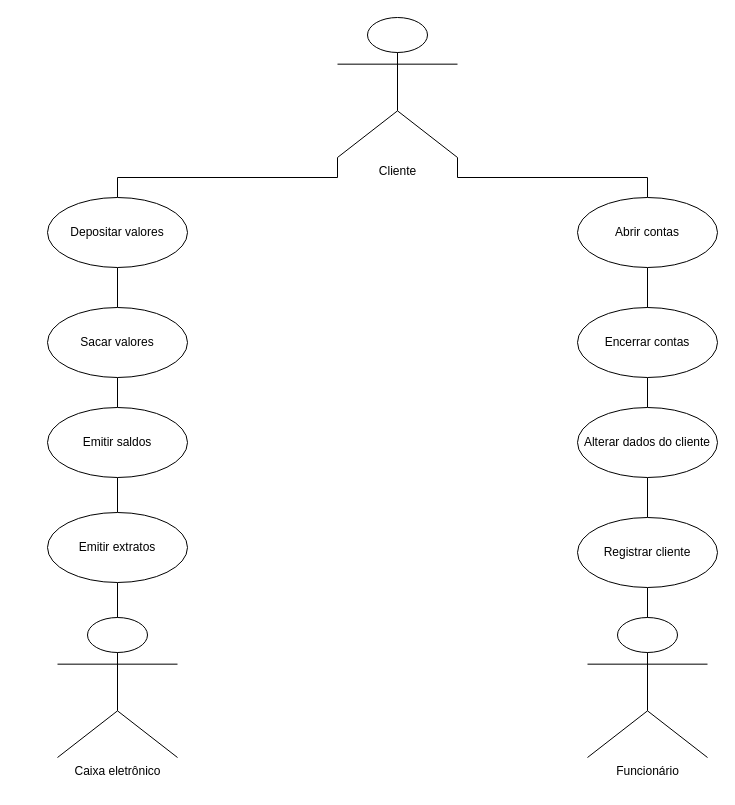
This is exercicio1.drawio from LordKastorino/exerciciosCasoDeUso, a draw.io file, before an edit. Source tidied: cells renumbered, new cells numbered last; positions are measured from the earlier drawing's top-left corner, leaving out a move shared by most shapes. Both pictures are drawn from the tidied source at 100%, with x=0, y=0 at pixel (47, 17).
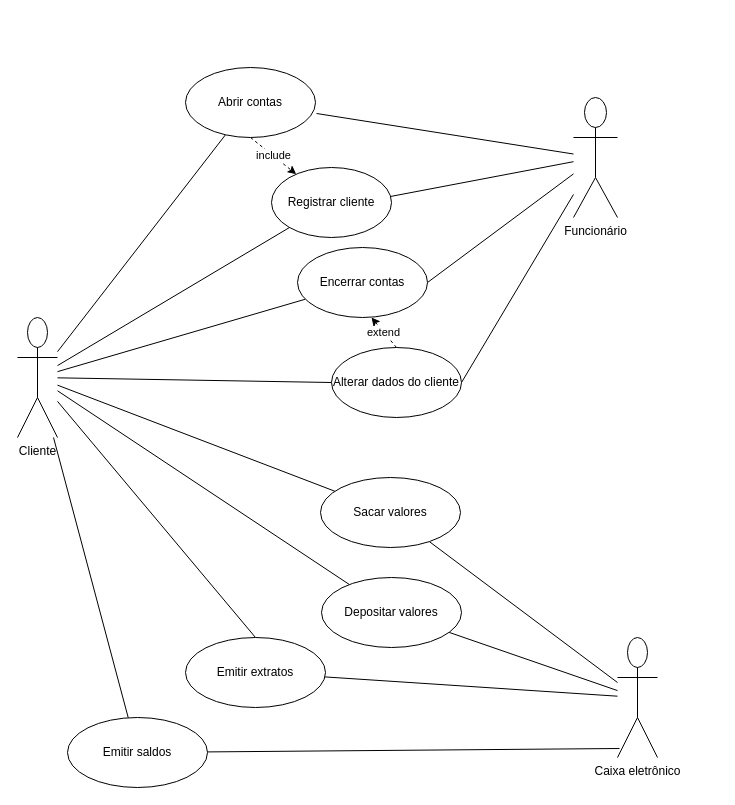
The same page after the edit.

Change to the diagram source:
```diff
@@
-    <mxCell id="2" style="edgeStyle=orthogonalEdgeStyle;rounded=0;jettySize=auto;html=1;exitX=1;exitY=1;exitDx=0;exitDy=0;exitPerimeter=0;entryX=0.5;entryY=0;entryDx=0;entryDy=0;endArrow=none;endFill=0;" parent="1" edge="1" source="4" target="8">
+    <mxCell id="2" style="rounded=0;jettySize=auto;html=1;endArrow=none;endFill=0;" parent="1" edge="1" source="4" target="8">
       <mxGeometry relative="1" as="geometry" />
     </mxCell>
+    <mxCell id="23" style="rounded=0;jettySize=auto;html=1;endArrow=none;endFill=0;" parent="1" edge="1" source="4" target="10">
+      <mxGeometry relative="1" as="geometry" />
+    </mxCell>
+    <mxCell id="24" style="rounded=0;jettySize=auto;html=1;endArrow=none;endFill=0;" parent="1" edge="1" source="4" target="22">
+      <mxGeometry relative="1" as="geometry" />
+    </mxCell>
+    <mxCell id="25" style="rounded=0;jettySize=auto;html=1;entryX=0;entryY=0.5;entryDx=0;entryDy=0;endArrow=none;endFill=0;" parent="1" edge="1" source="4" target="20">
+      <mxGeometry relative="1" as="geometry" />
+    </mxCell>
+    <mxCell id="26" style="rounded=0;jettySize=auto;html=1;endArrow=none;endFill=0;" parent="1" edge="1" source="4" target="14">
+      <mxGeometry relative="1" as="geometry" />
+    </mxCell>
+    <mxCell id="27" style="rounded=0;jettySize=auto;html=1;entryX=0.5;entryY=0;entryDx=0;entryDy=0;endArrow=none;endFill=0;" parent="1" edge="1" source="4" target="18">
+      <mxGeometry relative="1" as="geometry" />
+    </mxCell>
+    <mxCell id="28" style="rounded=0;jettySize=auto;html=1;endArrow=none;endFill=0;" parent="1" edge="1" source="4" target="16">
+      <mxGeometry relative="1" as="geometry" />
+    </mxCell>
-    <mxCell id="3" style="edgeStyle=orthogonalEdgeStyle;rounded=0;jettySize=auto;html=1;exitX=0;exitY=1;exitDx=0;exitDy=0;exitPerimeter=0;entryX=0.5;entryY=0;entryDx=0;entryDy=0;endArrow=none;endFill=0;" parent="1" edge="1" source="4" target="12">
+    <mxCell id="3" style="rounded=0;jettySize=auto;html=1;endArrow=none;endFill=0;" parent="1" edge="1" source="4" target="12">
       <mxGeometry relative="1" as="geometry" />
     </mxCell>
     <mxCell id="4" value="Cliente" style="shape=umlActor;html=1;verticalLabelPosition=bottom;verticalAlign=top;align=center;" parent="1" vertex="1">
-      <mxGeometry x="290" width="120" height="140" as="geometry" />
+      <mxGeometry x="-30" y="300" width="40" height="120" as="geometry" />
     </mxCell>
+    <mxCell id="29" style="rounded=0;jettySize=auto;html=1;entryX=1.008;entryY=0.657;entryDx=0;entryDy=0;entryPerimeter=0;endArrow=none;endFill=0;" parent="1" edge="1" source="5" target="8">
+      <mxGeometry relative="1" as="geometry" />
+    </mxCell>
+    <mxCell id="30" style="rounded=0;jettySize=auto;html=1;entryX=1;entryY=0.5;entryDx=0;entryDy=0;endArrow=none;endFill=0;" parent="1" edge="1" source="5" target="10">
+      <mxGeometry relative="1" as="geometry" />
+    </mxCell>
+    <mxCell id="31" style="rounded=0;jettySize=auto;html=1;entryX=0.992;entryY=0.414;entryDx=0;entryDy=0;entryPerimeter=0;endArrow=none;endFill=0;" parent="1" edge="1" source="5" target="22">
+      <mxGeometry relative="1" as="geometry" />
+    </mxCell>
+    <mxCell id="32" style="rounded=0;jettySize=auto;html=1;entryX=1;entryY=0.5;entryDx=0;entryDy=0;endArrow=none;endFill=0;" parent="1" edge="1" source="5" target="20">
+      <mxGeometry relative="1" as="geometry" />
+    </mxCell>
     <mxCell id="5" value="Funcionário" style="shape=umlActor;html=1;verticalLabelPosition=bottom;verticalAlign=top;align=center;" parent="1" vertex="1">
-      <mxGeometry x="540" y="600" width="120" height="140" as="geometry" />
+      <mxGeometry x="526" y="80" width="44" height="120" as="geometry" />
     </mxCell>
     <mxCell id="6" value="Caixa eletrônico" style="shape=umlActor;html=1;verticalLabelPosition=bottom;verticalAlign=top;align=center;" parent="1" vertex="1">
-      <mxGeometry x="10" y="600" width="120" height="140" as="geometry" />
+      <mxGeometry x="570" y="620" width="40" height="120" as="geometry" />
     </mxCell>
-    <mxCell id="7" style="edgeStyle=orthogonalEdgeStyle;rounded=0;jettySize=auto;html=1;exitX=0.5;exitY=1;exitDx=0;exitDy=0;entryX=0.5;entryY=0;entryDx=0;entryDy=0;" parent="1" edge="1" source="8" target="10">
-      <mxGeometry relative="1" as="geometry">
-        <Array as="points">
-          <mxPoint x="600" y="310" />
-          <mxPoint x="600" y="310" />
-        </Array>
-      </mxGeometry>
-    </mxCell>
+    <mxCell id="33" value="include" style="rounded=0;jettySize=auto;html=1;exitX=0.5;exitY=1;exitDx=0;exitDy=0;dashed=1;" parent="1" edge="1" source="8" target="22">
+      <mxGeometry relative="1" as="geometry" />
+    </mxCell>
     <mxCell id="8" value="Abrir contas" style="ellipse;whiteSpace=wrap;html=1;" parent="1" vertex="1">
-      <mxGeometry x="530" y="180" width="140" height="70" as="geometry" />
+      <mxGeometry x="138" y="50" width="130" height="70" as="geometry" />
     </mxCell>
-    <mxCell id="9" style="edgeStyle=orthogonalEdgeStyle;rounded=0;jettySize=auto;html=1;exitX=0.5;exitY=1;exitDx=0;exitDy=0;entryX=0.5;entryY=0;entryDx=0;entryDy=0;endArrow=none;endFill=0;" parent="1" edge="1" source="10" target="20">
-      <mxGeometry relative="1" as="geometry" />
-    </mxCell>
     <mxCell id="10" value="Encerrar contas" style="ellipse;whiteSpace=wrap;html=1;" parent="1" vertex="1">
-      <mxGeometry x="530" y="290" width="140" height="70" as="geometry" />
+      <mxGeometry x="250" y="230" width="130" height="70" as="geometry" />
     </mxCell>
-    <mxCell id="11" style="edgeStyle=orthogonalEdgeStyle;rounded=0;jettySize=auto;html=1;exitX=0.5;exitY=1;exitDx=0;exitDy=0;entryX=0.5;entryY=0;entryDx=0;entryDy=0;endArrow=none;endFill=0;" parent="1" edge="1" source="12" target="14">
-      <mxGeometry relative="1" as="geometry" />
-    </mxCell>
+    <mxCell id="34" style="rounded=0;jettySize=auto;html=1;endArrow=none;endFill=0;" parent="1" edge="1" source="12" target="6">
+      <mxGeometry relative="1" as="geometry" />
+    </mxCell>
     <mxCell id="12" value="Depositar valores" style="ellipse;whiteSpace=wrap;html=1;" parent="1" vertex="1">
-      <mxGeometry y="180" width="140" height="70" as="geometry" />
+      <mxGeometry x="274" y="560" width="140" height="70" as="geometry" />
     </mxCell>
-    <mxCell id="13" style="edgeStyle=orthogonalEdgeStyle;rounded=0;jettySize=auto;html=1;exitX=0.5;exitY=1;exitDx=0;exitDy=0;entryX=0.5;entryY=0;entryDx=0;entryDy=0;endArrow=none;endFill=0;" parent="1" edge="1" source="14" target="16">
-      <mxGeometry relative="1" as="geometry" />
-    </mxCell>
+    <mxCell id="35" style="rounded=0;jettySize=auto;html=1;endArrow=none;endFill=0;" parent="1" edge="1" source="14" target="6">
+      <mxGeometry relative="1" as="geometry" />
+    </mxCell>
     <mxCell id="14" value="Sacar valores" style="ellipse;whiteSpace=wrap;html=1;" parent="1" vertex="1">
-      <mxGeometry y="290" width="140" height="70" as="geometry" />
+      <mxGeometry x="273" y="460" width="140" height="70" as="geometry" />
     </mxCell>
-    <mxCell id="15" style="edgeStyle=orthogonalEdgeStyle;rounded=0;jettySize=auto;html=1;exitX=0.5;exitY=1;exitDx=0;exitDy=0;entryX=0.5;entryY=0;entryDx=0;entryDy=0;endArrow=none;endFill=0;" parent="1" edge="1" source="16" target="18">
-      <mxGeometry relative="1" as="geometry" />
-    </mxCell>
+    <mxCell id="36" style="rounded=0;jettySize=auto;html=1;entryX=0.05;entryY=0.925;entryDx=0;entryDy=0;entryPerimeter=0;endArrow=none;endFill=0;" parent="1" edge="1" source="16" target="6">
+      <mxGeometry relative="1" as="geometry" />
+    </mxCell>
     <mxCell id="16" value="Emitir saldos" style="ellipse;whiteSpace=wrap;html=1;" parent="1" vertex="1">
-      <mxGeometry y="390" width="140" height="70" as="geometry" />
+      <mxGeometry x="20" y="700" width="140" height="70" as="geometry" />
     </mxCell>
-    <mxCell id="17" style="edgeStyle=orthogonalEdgeStyle;rounded=0;jettySize=auto;html=1;exitX=0.5;exitY=1;exitDx=0;exitDy=0;entryX=0.5;entryY=0;entryDx=0;entryDy=0;entryPerimeter=0;endArrow=none;endFill=0;" parent="1" edge="1" source="18" target="6">
+    <mxCell id="17" style="rounded=0;jettySize=auto;html=1;endArrow=none;endFill=0;" parent="1" edge="1" source="18" target="6">
       <mxGeometry relative="1" as="geometry" />
     </mxCell>
     <mxCell id="18" value="Emitir extratos" style="ellipse;whiteSpace=wrap;html=1;" parent="1" vertex="1">
-      <mxGeometry y="495" width="140" height="70" as="geometry" />
+      <mxGeometry x="138" y="620" width="140" height="70" as="geometry" />
     </mxCell>
-    <mxCell id="19" style="edgeStyle=orthogonalEdgeStyle;rounded=0;jettySize=auto;html=1;exitX=0.5;exitY=1;exitDx=0;exitDy=0;entryX=0.5;entryY=0;entryDx=0;entryDy=0;endArrow=none;endFill=0;" parent="1" edge="1" source="20" target="22">
-      <mxGeometry relative="1" as="geometry" />
-    </mxCell>
     <mxCell id="20" value="Alterar dados do cliente" style="ellipse;whiteSpace=wrap;html=1;" parent="1" vertex="1">
-      <mxGeometry x="530" y="390" width="140" height="70" as="geometry" />
+      <mxGeometry x="284" y="330" width="130" height="70" as="geometry" />
     </mxCell>
-    <mxCell id="21" style="edgeStyle=orthogonalEdgeStyle;rounded=0;jettySize=auto;html=1;exitX=0.5;exitY=1;exitDx=0;exitDy=0;entryX=0.5;entryY=0;entryDx=0;entryDy=0;entryPerimeter=0;endArrow=none;endFill=0;" parent="1" edge="1" source="22" target="5">
-      <mxGeometry relative="1" as="geometry" />
-    </mxCell>
     <mxCell id="22" value="Registrar cliente" style="ellipse;whiteSpace=wrap;html=1;" parent="1" vertex="1">
-      <mxGeometry x="530" y="500" width="140" height="70" as="geometry" />
+      <mxGeometry x="224" y="150" width="120" height="70" as="geometry" />
     </mxCell>
+    <mxCell id="37" value="extend" style="rounded=0;jettySize=auto;html=1;exitX=0.5;exitY=0;exitDx=0;exitDy=0;entryX=0.569;entryY=1;entryDx=0;entryDy=0;entryPerimeter=0;dashed=1;" parent="1" edge="1" source="20" target="10">
+      <mxGeometry relative="1" as="geometry" />
+    </mxCell>
```
